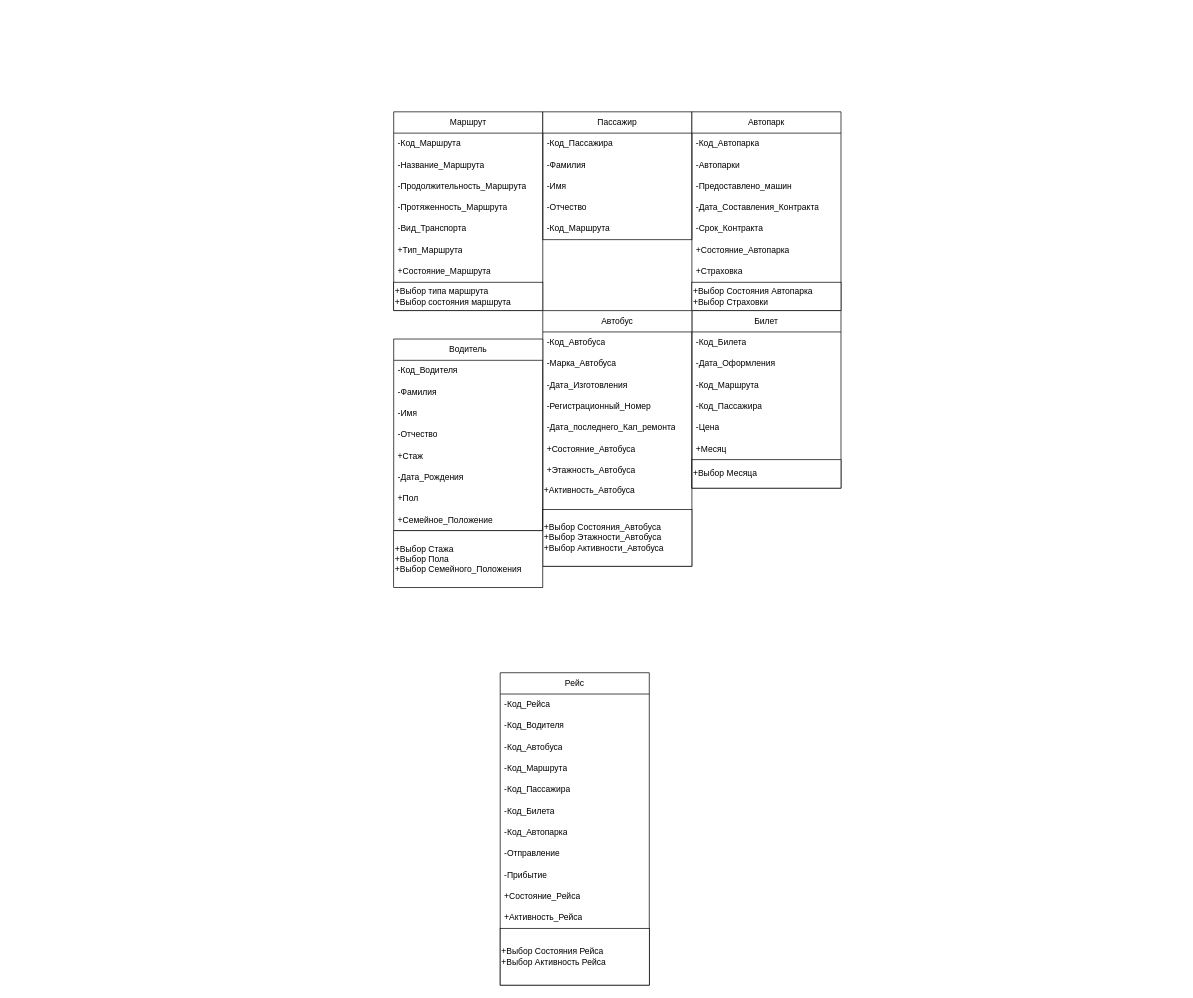
The draw.io diagram Диаграмма без названия.drawio in L0g1sT/Raports.PZ., before the edit. Source tidied: cells renumbered, new cells numbered last; positions are measured from the earlier drawing's top-left corner, leaving out a move shared by most shapes. Both pictures are drawn from the tidied source at 71%, with x=0, y=0 at pixel (393, 111).
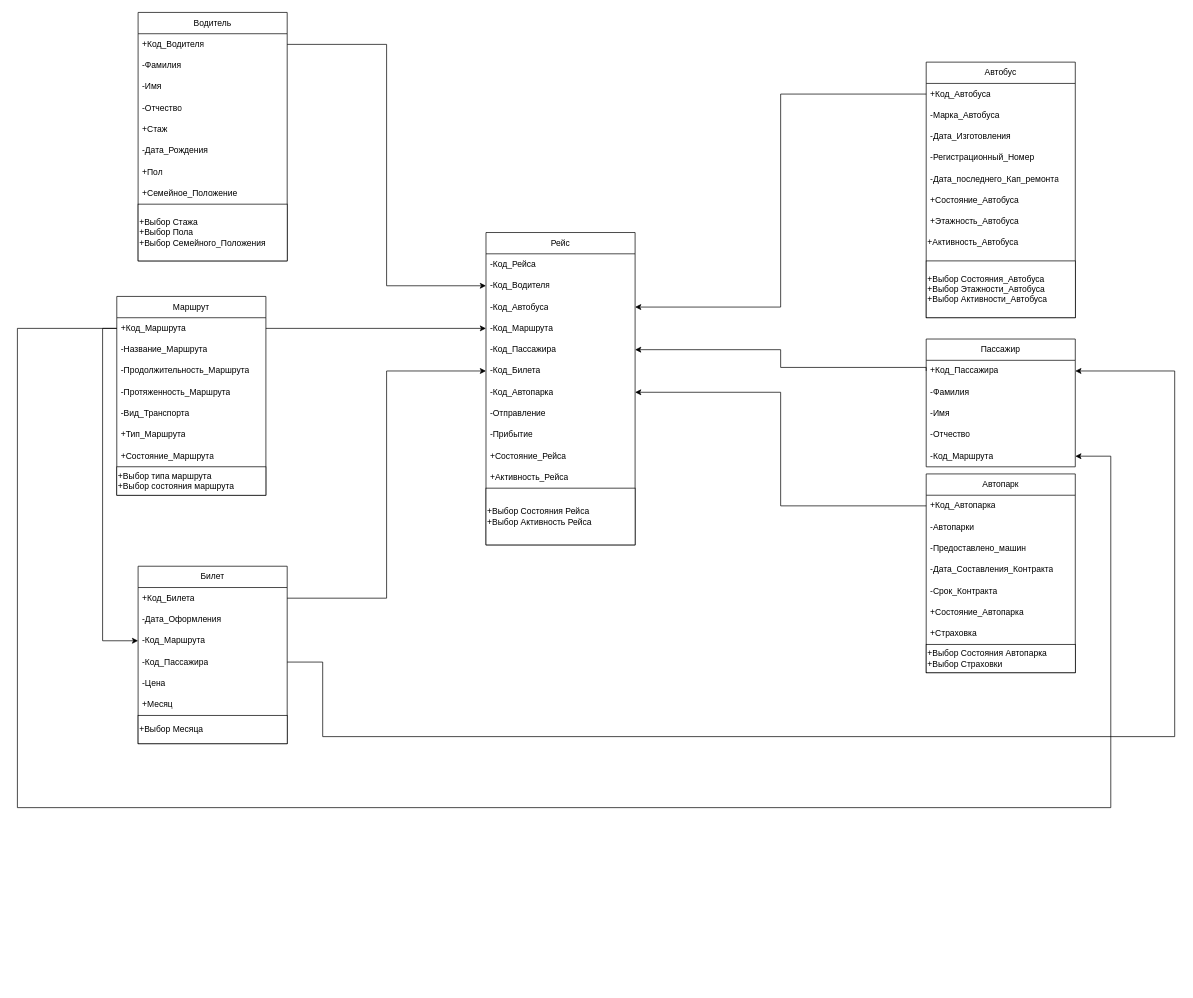
Above is the later version.

The change refers to these unchanged cells:
```xml
<mxCell id="16" value="-Код_Маршрута" style="text;strokeColor=none;fillColor=none;align=left;verticalAlign=middle;spacingLeft=4;spacingRight=4;overflow=hidden;points=[[0,0.5],[1,0.5]];portConstraint=eastwest;whiteSpace=wrap;html=1;" parent="11" vertex="1">
  <mxGeometry y="150" width="210" height="30" as="geometry" />
</mxCell>
<mxCell id="29" value="-Код_Маршрута" style="text;strokeColor=none;fillColor=none;align=left;verticalAlign=middle;spacingLeft=4;spacingRight=4;overflow=hidden;points=[[0,0.5],[1,0.5]];portConstraint=eastwest;whiteSpace=wrap;html=1;" parent="26" vertex="1">
  <mxGeometry y="90" width="210" height="30" as="geometry" />
</mxCell>
<mxCell id="30" value="-Код_Пассажира" style="text;strokeColor=none;fillColor=none;align=left;verticalAlign=middle;spacingLeft=4;spacingRight=4;overflow=hidden;points=[[0,0.5],[1,0.5]];portConstraint=eastwest;whiteSpace=wrap;html=1;" parent="26" vertex="1">
  <mxGeometry y="120" width="210" height="30" as="geometry" />
</mxCell>
<mxCell id="56" value="-Код_Водителя" style="text;strokeColor=none;fillColor=none;align=left;verticalAlign=middle;spacingLeft=4;spacingRight=4;overflow=hidden;points=[[0,0.5],[1,0.5]];portConstraint=eastwest;whiteSpace=wrap;html=1;" parent="54" vertex="1">
  <mxGeometry y="60" width="210" height="30" as="geometry" />
</mxCell>
<mxCell id="57" value="-Код_Автобуса" style="text;strokeColor=none;fillColor=none;align=left;verticalAlign=middle;spacingLeft=4;spacingRight=4;overflow=hidden;points=[[0,0.5],[1,0.5]];portConstraint=eastwest;whiteSpace=wrap;html=1;" parent="54" vertex="1">
  <mxGeometry y="90" width="210" height="30" as="geometry" />
</mxCell>
<mxCell id="58" value="-Код_Маршрута" style="text;strokeColor=none;fillColor=none;align=left;verticalAlign=middle;spacingLeft=4;spacingRight=4;overflow=hidden;points=[[0,0.5],[1,0.5]];portConstraint=eastwest;whiteSpace=wrap;html=1;" parent="54" vertex="1">
  <mxGeometry y="120" width="210" height="30" as="geometry" />
</mxCell>
<mxCell id="59" value="-Код_Пассажира" style="text;strokeColor=none;fillColor=none;align=left;verticalAlign=middle;spacingLeft=4;spacingRight=4;overflow=hidden;points=[[0,0.5],[1,0.5]];portConstraint=eastwest;whiteSpace=wrap;html=1;" parent="54" vertex="1">
  <mxGeometry y="150" width="210" height="30" as="geometry" />
</mxCell>
<mxCell id="60" value="-Код_Билета" style="text;strokeColor=none;fillColor=none;align=left;verticalAlign=middle;spacingLeft=4;spacingRight=4;overflow=hidden;points=[[0,0.5],[1,0.5]];portConstraint=eastwest;whiteSpace=wrap;html=1;" parent="54" vertex="1">
  <mxGeometry y="180" width="210" height="30" as="geometry" />
</mxCell>
<mxCell id="61" value="-Код_Автопарка" style="text;strokeColor=none;fillColor=none;align=left;verticalAlign=middle;spacingLeft=4;spacingRight=4;overflow=hidden;points=[[0,0.5],[1,0.5]];portConstraint=eastwest;whiteSpace=wrap;html=1;" parent="54" vertex="1">
  <mxGeometry y="210" width="210" height="30" as="geometry" />
</mxCell>
```

Change to the diagram source:
```diff
@@
     <mxCell id="2" value="Маршрут" style="swimlane;fontStyle=0;horizontal=1;startSize=30;whiteSpace=wrap;html=1;" parent="1" vertex="1">
-      <mxGeometry width="210" height="280" as="geometry" />
+      <mxGeometry x="-390" y="260" width="210" height="280" as="geometry" />
     </mxCell>
-    <mxCell id="3" value="-Код_Маршрута" style="text;strokeColor=none;fillColor=none;align=left;verticalAlign=middle;spacingLeft=4;spacingRight=4;overflow=hidden;points=[[0,0.5],[1,0.5]];portConstraint=eastwest;whiteSpace=wrap;html=1;" parent="2" vertex="1">
+    <mxCell id="3" value="+Код_Маршрута" style="text;strokeColor=none;fillColor=none;align=left;verticalAlign=middle;spacingLeft=4;spacingRight=4;overflow=hidden;points=[[0,0.5],[1,0.5]];portConstraint=eastwest;whiteSpace=wrap;html=1;" parent="2" vertex="1">
       <mxGeometry y="30" width="210" height="30" as="geometry" />
     </mxCell>
@@
     <mxCell id="11" value="Пассажир" style="swimlane;fontStyle=0;horizontal=1;startSize=30;whiteSpace=wrap;html=1;" parent="1" vertex="1">
-      <mxGeometry x="210" width="210" height="180" as="geometry" />
+      <mxGeometry x="750" y="320" width="210" height="180" as="geometry" />
     </mxCell>
-    <mxCell id="12" value="-Код_Пассажира" style="text;strokeColor=none;fillColor=none;align=left;verticalAlign=middle;spacingLeft=4;spacingRight=4;overflow=hidden;points=[[0,0.5],[1,0.5]];portConstraint=eastwest;whiteSpace=wrap;html=1;" parent="11" vertex="1">
+    <mxCell id="12" value="+Код_Пассажира" style="text;strokeColor=none;fillColor=none;align=left;verticalAlign=middle;spacingLeft=4;spacingRight=4;overflow=hidden;points=[[0,0.5],[1,0.5]];portConstraint=eastwest;whiteSpace=wrap;html=1;" parent="11" vertex="1">
       <mxGeometry y="30" width="210" height="30" as="geometry" />
     </mxCell>
@@
     <mxCell id="17" value="Автопарк" style="swimlane;fontStyle=0;horizontal=1;startSize=30;whiteSpace=wrap;html=1;" parent="1" vertex="1">
-      <mxGeometry x="420" width="210" height="280" as="geometry" />
+      <mxGeometry x="750" y="510" width="210" height="280" as="geometry" />
     </mxCell>
-    <mxCell id="18" value="-Код_Автопарка" style="text;strokeColor=none;fillColor=none;align=left;verticalAlign=middle;spacingLeft=4;spacingRight=4;overflow=hidden;points=[[0,0.5],[1,0.5]];portConstraint=eastwest;whiteSpace=wrap;html=1;" parent="17" vertex="1">
+    <mxCell id="18" value="+Код_Автопарка" style="text;strokeColor=none;fillColor=none;align=left;verticalAlign=middle;spacingLeft=4;spacingRight=4;overflow=hidden;points=[[0,0.5],[1,0.5]];portConstraint=eastwest;whiteSpace=wrap;html=1;" parent="17" vertex="1">
       <mxGeometry y="30" width="210" height="30" as="geometry" />
     </mxCell>
@@
     <mxCell id="26" value="Билет" style="swimlane;fontStyle=0;horizontal=1;startSize=30;whiteSpace=wrap;html=1;" parent="1" vertex="1">
-      <mxGeometry x="420" y="280" width="210" height="250" as="geometry" />
+      <mxGeometry x="-360" y="640" width="210" height="250" as="geometry" />
     </mxCell>
-    <mxCell id="27" value="-Код_Билета" style="text;strokeColor=none;fillColor=none;align=left;verticalAlign=middle;spacingLeft=4;spacingRight=4;overflow=hidden;points=[[0,0.5],[1,0.5]];portConstraint=eastwest;whiteSpace=wrap;html=1;" parent="26" vertex="1">
+    <mxCell id="27" value="+Код_Билета" style="text;strokeColor=none;fillColor=none;align=left;verticalAlign=middle;spacingLeft=4;spacingRight=4;overflow=hidden;points=[[0,0.5],[1,0.5]];portConstraint=eastwest;whiteSpace=wrap;html=1;" parent="26" vertex="1">
       <mxGeometry y="30" width="210" height="30" as="geometry" />
     </mxCell>
@@
     <mxCell id="34" value="Автобус" style="swimlane;fontStyle=0;horizontal=1;startSize=30;whiteSpace=wrap;html=1;" parent="1" vertex="1">
-      <mxGeometry x="210" y="280" width="210" height="360" as="geometry" />
+      <mxGeometry x="750" y="-70" width="210" height="360" as="geometry" />
     </mxCell>
-    <mxCell id="35" value="-Код_Автобуса" style="text;strokeColor=none;fillColor=none;align=left;verticalAlign=middle;spacingLeft=4;spacingRight=4;overflow=hidden;points=[[0,0.5],[1,0.5]];portConstraint=eastwest;whiteSpace=wrap;html=1;" parent="34" vertex="1">
+    <mxCell id="35" value="+Код_Автобуса" style="text;strokeColor=none;fillColor=none;align=left;verticalAlign=middle;spacingLeft=4;spacingRight=4;overflow=hidden;points=[[0,0.5],[1,0.5]];portConstraint=eastwest;whiteSpace=wrap;html=1;" parent="34" vertex="1">
       <mxGeometry y="30" width="210" height="30" as="geometry" />
     </mxCell>
@@
     <mxCell id="44" value="Водитель" style="swimlane;fontStyle=0;horizontal=1;startSize=30;whiteSpace=wrap;html=1;" parent="1" vertex="1">
-      <mxGeometry y="320" width="210" height="270" as="geometry" />
+      <mxGeometry x="-360" y="-140" width="210" height="350" as="geometry" />
     </mxCell>
-    <mxCell id="45" value="-Код_Водителя" style="text;strokeColor=none;fillColor=none;align=left;verticalAlign=middle;spacingLeft=4;spacingRight=4;overflow=hidden;points=[[0,0.5],[1,0.5]];portConstraint=eastwest;whiteSpace=wrap;html=1;" parent="44" vertex="1">
+    <mxCell id="45" value="+Код_Водителя" style="text;strokeColor=none;fillColor=none;align=left;verticalAlign=middle;spacingLeft=4;spacingRight=4;overflow=hidden;points=[[0,0.5],[1,0.5]];portConstraint=eastwest;whiteSpace=wrap;html=1;" parent="44" vertex="1">
       <mxGeometry y="30" width="210" height="30" as="geometry" />
     </mxCell>
@@
-    <mxCell id="53" value="+Выбор Стажа&lt;br&gt;+Выбор Пола&lt;br&gt;+Выбор Семейного_Положения" style="rounded=0;whiteSpace=wrap;html=1;align=left;" parent="1" vertex="1">
-      <mxGeometry y="590" width="210" height="80" as="geometry" />
+    <mxCell id="53" value="+Выбор Стажа&lt;br&gt;+Выбор Пола&lt;br&gt;+Выбор Семейного_Положения" style="rounded=0;whiteSpace=wrap;html=1;align=left;" parent="44" vertex="1">
+      <mxGeometry y="270" width="210" height="80" as="geometry" />
     </mxCell>
     <mxCell id="54" value="Рейс" style="swimlane;fontStyle=0;horizontal=1;startSize=30;whiteSpace=wrap;html=1;" parent="1" vertex="1">
-      <mxGeometry x="150" y="790" width="210" height="440" as="geometry" />
+      <mxGeometry x="130" y="170" width="210" height="440" as="geometry" />
     </mxCell>
@@
+    <mxCell id="67" style="edgeStyle=orthogonalEdgeStyle;rounded=0;jettySize=auto;html=1;entryX=0;entryY=0.5;entryDx=0;entryDy=0;exitX=1;exitY=0.5;exitDx=0;exitDy=0;" parent="1" edge="1" source="45" target="56">
+      <mxGeometry relative="1" as="geometry" />
+    </mxCell>
+    <mxCell id="68" style="edgeStyle=orthogonalEdgeStyle;rounded=0;jettySize=auto;html=1;exitX=0;exitY=0.5;exitDx=0;exitDy=0;entryX=1;entryY=0.5;entryDx=0;entryDy=0;" parent="1" edge="1" source="35" target="57">
+      <mxGeometry relative="1" as="geometry" />
+    </mxCell>
+    <mxCell id="69" style="edgeStyle=orthogonalEdgeStyle;rounded=0;jettySize=auto;html=1;entryX=0;entryY=0.5;entryDx=0;entryDy=0;exitX=1;exitY=0.5;exitDx=0;exitDy=0;" parent="1" edge="1" source="3" target="58">
+      <mxGeometry relative="1" as="geometry" />
+    </mxCell>
+    <mxCell id="70" style="edgeStyle=orthogonalEdgeStyle;rounded=0;jettySize=auto;html=1;exitX=0;exitY=0.5;exitDx=0;exitDy=0;entryX=1;entryY=0.5;entryDx=0;entryDy=0;" parent="1" edge="1" source="18" target="61">
+      <mxGeometry relative="1" as="geometry" />
+    </mxCell>
+    <mxCell id="71" style="edgeStyle=orthogonalEdgeStyle;rounded=0;jettySize=auto;html=1;exitX=1;exitY=0.5;exitDx=0;exitDy=0;entryX=0;entryY=0.5;entryDx=0;entryDy=0;" parent="1" edge="1" source="27" target="60">
+      <mxGeometry relative="1" as="geometry" />
+    </mxCell>
+    <mxCell id="72" style="edgeStyle=orthogonalEdgeStyle;rounded=0;jettySize=auto;html=1;exitX=0;exitY=0.5;exitDx=0;exitDy=0;entryX=1;entryY=0.5;entryDx=0;entryDy=0;" parent="1" edge="1" source="12" target="59">
+      <mxGeometry relative="1" as="geometry">
+        <Array as="points">
+          <mxPoint x="750" y="360" />
+          <mxPoint x="545" y="360" />
+          <mxPoint x="545" y="335" />
+        </Array>
+      </mxGeometry>
+    </mxCell>
+    <mxCell id="73" style="edgeStyle=orthogonalEdgeStyle;rounded=0;jettySize=auto;html=1;entryX=0;entryY=0.5;entryDx=0;entryDy=0;exitX=0;exitY=0.5;exitDx=0;exitDy=0;" parent="1" edge="1" source="3" target="29">
+      <mxGeometry relative="1" as="geometry" />
+    </mxCell>
+    <mxCell id="74" style="edgeStyle=orthogonalEdgeStyle;rounded=0;jettySize=auto;html=1;entryX=1;entryY=0.5;entryDx=0;entryDy=0;" parent="1" edge="1" source="30" target="12">
+      <mxGeometry relative="1" as="geometry">
+        <Array as="points">
+          <mxPoint x="-100" y="775" />
+          <mxPoint x="-100" y="880" />
+          <mxPoint x="1100" y="880" />
+          <mxPoint x="1100" y="365" />
+        </Array>
+      </mxGeometry>
+    </mxCell>
+    <mxCell id="75" style="edgeStyle=orthogonalEdgeStyle;rounded=0;jettySize=auto;html=1;entryX=1;entryY=0.5;entryDx=0;entryDy=0;" parent="1" edge="1" source="3" target="16">
+      <mxGeometry relative="1" as="geometry">
+        <Array as="points">
+          <mxPoint x="-530" y="305" />
+          <mxPoint x="-530" y="980" />
+          <mxPoint x="1010" y="980" />
+          <mxPoint x="1010" y="485" />
+        </Array>
+      </mxGeometry>
+    </mxCell>
```
